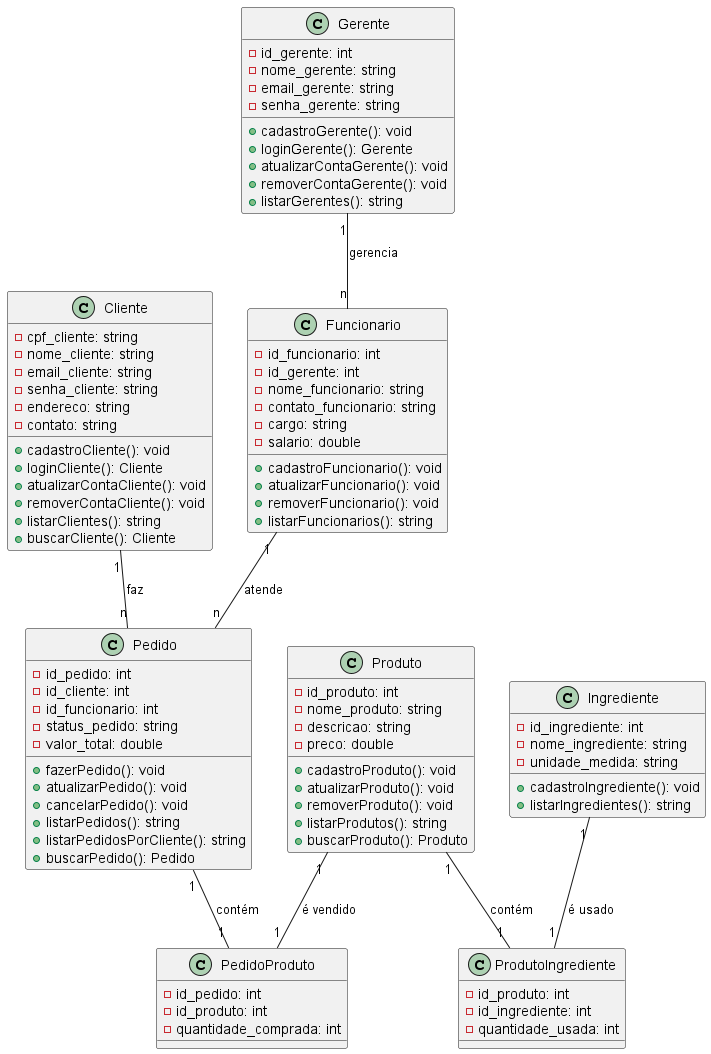
Above: diagrama/diagrama.png in nicolinhaaaaaaas/ProjetoPadariaPython (PlantUML), before the change.
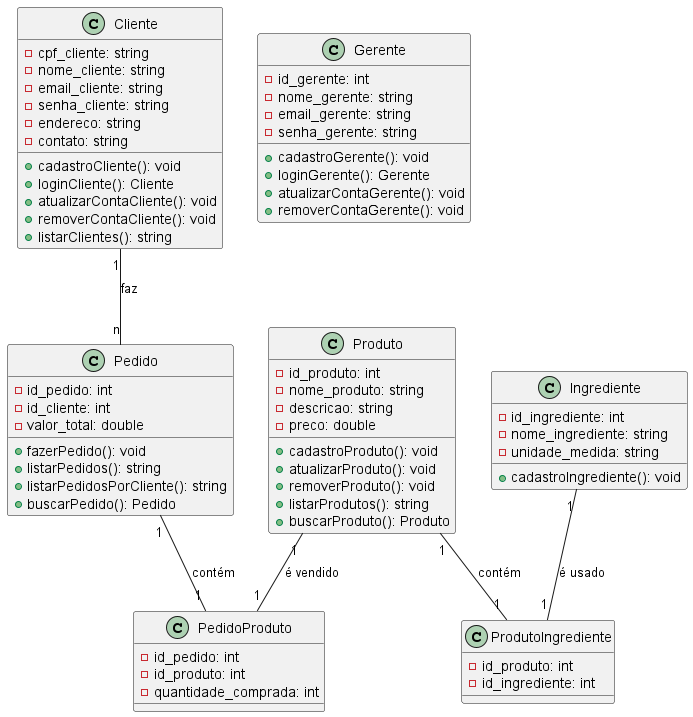
Later version of the same file.

What changed in the source:
```diff
@@ -13,7 +13,6 @@
     + atualizarContaCliente(): void
     + removerContaCliente(): void
     + listarClientes(): string
-    + buscarCliente(): Cliente
 }
 
 class Gerente {
@@ -26,21 +25,6 @@
     + loginGerente(): Gerente
     + atualizarContaGerente(): void
     + removerContaGerente(): void
-    + listarGerentes(): string
-}
-
-class Funcionario {
-    - id_funcionario: int
-    - id_gerente: int
-    - nome_funcionario: string
-    - contato_funcionario: string
-    - cargo: string
-    - salario: double
-
-    + cadastroFuncionario(): void
-    + atualizarFuncionario(): void
-    + removerFuncionario(): void
-    + listarFuncionarios(): string
 }
 
 class Produto {
@@ -62,19 +46,14 @@
     - unidade_medida: string
 
     + cadastroIngrediente(): void
-    + listarIngredientes(): string
 }
 
 class Pedido{
     - id_pedido: int
     - id_cliente: int
-    - id_funcionario: int
-    - status_pedido: string
     - valor_total: double
 
     + fazerPedido(): void
-    + atualizarPedido(): void
-    + cancelarPedido(): void
     + listarPedidos(): string
     + listarPedidosPorCliente(): string
     + buscarPedido(): Pedido
@@ -89,7 +68,6 @@
 class ProdutoIngrediente{
     - id_produto: int
     - id_ingrediente: int
-    - quantidade_usada: int
 }
 
 Cliente "1" -- "n" Pedido : faz
@@ -97,7 +75,5 @@
 Produto "1" -- "1" PedidoProduto : é vendido
 Produto "1" -- "1" ProdutoIngrediente : contém
 Ingrediente "1" -- "1" ProdutoIngrediente : é usado
-Funcionario "1" -- "n" Pedido : atende
-Gerente "1" -- "n" Funcionario : gerencia
 
 @enduml
```
